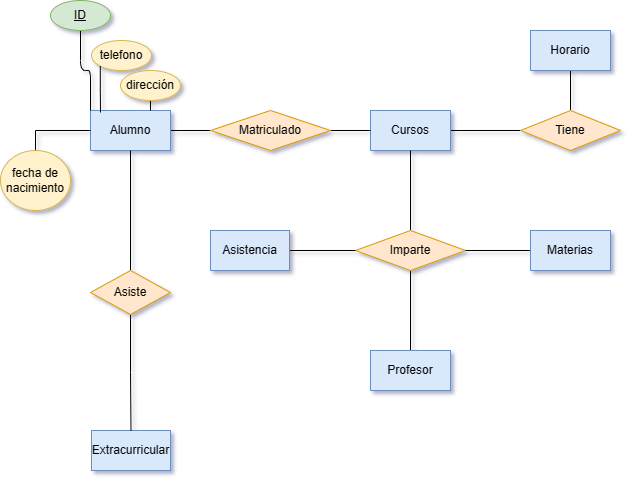
toninavhd/Base-datos keeps this draw.io diagram as Unidad-1/Tareas/Tarea_evaluable1/tareaentregable.drawio.png. Above is the earlier version. Source tidied: cells renumbered, new cells last; positions are measured from the earlier drawing's top-left corner, leaving out a move shared by most shapes.
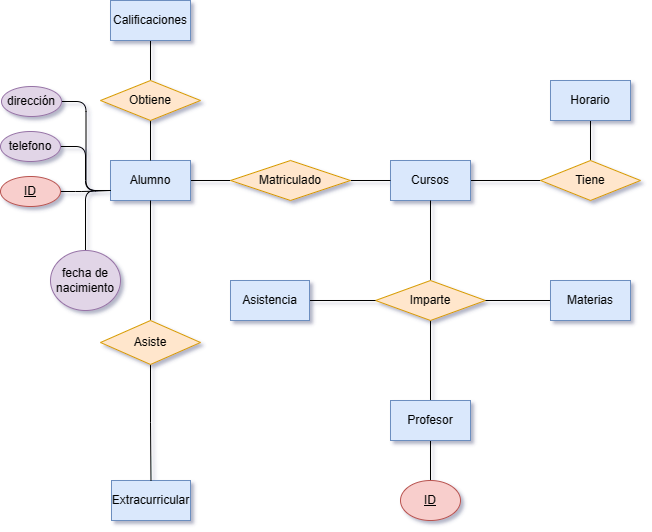
The same diagram one commit later.

Diff of the diagram source:
```diff
@@ -23,6 +23,9 @@
     <mxCell id="8" style="edgeStyle=orthogonalEdgeStyle;rounded=0;jettySize=auto;html=1;exitX=0.5;exitY=0;exitDx=0;exitDy=0;entryX=0.5;entryY=1;entryDx=0;entryDy=0;endArrow=none;endFill=0;" parent="1" edge="1" source="9" target="11">
       <mxGeometry relative="1" as="geometry" />
     </mxCell>
+    <mxCell id="31" style="edgeStyle=orthogonalEdgeStyle;rounded=0;jettySize=auto;html=1;exitX=0.5;exitY=1;exitDx=0;exitDy=0;entryX=0.5;entryY=0;entryDx=0;entryDy=0;endArrow=none;endFill=0;" parent="1" edge="1" source="9" target="33">
+      <mxGeometry relative="1" as="geometry" />
+    </mxCell>
     <mxCell id="9" value="Profesor" style="whiteSpace=wrap;html=1;fillColor=#dae8fc;strokeColor=#6c8ebf;" parent="1" vertex="1">
       <mxGeometry x="370" y="350" width="80" height="40" as="geometry" />
     </mxCell>
@@ -38,23 +41,25 @@
     <mxCell id="13" value="Materias" style="whiteSpace=wrap;html=1;fillColor=#dae8fc;strokeColor=#6c8ebf;" parent="1" vertex="1">
       <mxGeometry x="530" y="230" width="80" height="40" as="geometry" />
     </mxCell>
-    <mxCell id="14" style="edgeStyle=orthogonalEdgeStyle;rounded=1;jettySize=auto;html=1;exitX=0.5;exitY=1;exitDx=0;exitDy=0;entryX=0;entryY=0;entryDx=0;entryDy=0;endArrow=none;endFill=0;" parent="1" edge="1" source="15" target="3">
-      <mxGeometry relative="1" as="geometry" />
-    </mxCell>
+    <mxCell id="32" style="edgeStyle=orthogonalEdgeStyle;rounded=1;jettySize=auto;html=1;exitX=1;exitY=0.5;exitDx=0;exitDy=0;endArrow=none;endFill=0;" parent="1" edge="1" source="15">
+      <mxGeometry relative="1" as="geometry">
+        <mxPoint x="90" y="140" as="targetPoint" />
+      </mxGeometry>
+    </mxCell>
-    <mxCell id="15" value="&lt;u&gt;ID&lt;/u&gt;" style="ellipse;whiteSpace=wrap;html=1;fillColor=#d5e8d4;strokeColor=#82b366;" parent="1" vertex="1">
-      <mxGeometry x="50" width="60" height="30" as="geometry" />
+    <mxCell id="15" value="&lt;u&gt;ID&lt;/u&gt;" style="ellipse;whiteSpace=wrap;html=1;fillColor=#f8cecc;strokeColor=#b85450;" parent="1" vertex="1">
+      <mxGeometry x="-20" y="126" width="60" height="30" as="geometry" />
     </mxCell>
+    <mxCell id="17" style="edgeStyle=orthogonalEdgeStyle;rounded=1;jettySize=auto;html=1;exitX=1;exitY=0.5;exitDx=0;exitDy=0;entryX=0;entryY=0.75;entryDx=0;entryDy=0;endArrow=none;endFill=0;" parent="1" edge="1" source="16" target="3">
+      <mxGeometry relative="1" as="geometry" />
+    </mxCell>
-    <mxCell id="16" value="telefono" style="ellipse;whiteSpace=wrap;html=1;fillColor=#fff2cc;strokeColor=#d6b656;" parent="1" vertex="1">
-      <mxGeometry x="91" y="40" width="60" height="30" as="geometry" />
+    <mxCell id="16" value="telefono" style="ellipse;whiteSpace=wrap;html=1;fillColor=#e1d5e7;strokeColor=#9673a6;" parent="1" vertex="1">
+      <mxGeometry x="-20" y="81" width="60" height="30" as="geometry" />
     </mxCell>
-    <mxCell id="17" style="edgeStyle=orthogonalEdgeStyle;rounded=0;jettySize=auto;html=1;exitX=0;exitY=1;exitDx=0;exitDy=0;entryX=0.125;entryY=0.05;entryDx=0;entryDy=0;entryPerimeter=0;endArrow=none;endFill=0;" parent="1" edge="1" source="16" target="3">
-      <mxGeometry relative="1" as="geometry" />
-    </mxCell>
-    <mxCell id="18" style="edgeStyle=orthogonalEdgeStyle;rounded=1;jettySize=auto;html=1;exitX=0.5;exitY=1;exitDx=0;exitDy=0;entryX=0.75;entryY=0;entryDx=0;entryDy=0;endArrow=none;endFill=0;" parent="1" edge="1" source="19" target="3">
+    <mxCell id="18" style="edgeStyle=orthogonalEdgeStyle;rounded=1;jettySize=auto;html=1;exitX=1;exitY=0.5;exitDx=0;exitDy=0;entryX=0;entryY=0.75;entryDx=0;entryDy=0;endArrow=none;endFill=0;" parent="1" edge="1" source="19" target="3">
       <mxGeometry relative="1" as="geometry" />
     </mxCell>
-    <mxCell id="19" value="dirección" style="ellipse;whiteSpace=wrap;html=1;fillColor=#fff2cc;strokeColor=#d6b656;" parent="1" vertex="1">
-      <mxGeometry x="120" y="70" width="60" height="30" as="geometry" />
+    <mxCell id="19" value="dirección" style="ellipse;whiteSpace=wrap;html=1;fillColor=#e1d5e7;strokeColor=#9673a6;" parent="1" vertex="1">
+      <mxGeometry x="-19" y="36" width="60" height="30" as="geometry" />
     </mxCell>
     <mxCell id="20" style="edgeStyle=orthogonalEdgeStyle;rounded=0;jettySize=auto;html=1;exitX=0.5;exitY=1;exitDx=0;exitDy=0;entryX=0.5;entryY=0;entryDx=0;entryDy=0;endArrow=none;endFill=0;" parent="1" edge="1" source="21" target="22">
       <mxGeometry relative="1" as="geometry" />
@@ -81,13 +86,28 @@
       <mxGeometry relative="1" as="geometry" />
     </mxCell>
     <mxCell id="28" value="Asiste" style="rhombus;whiteSpace=wrap;html=1;fillColor=#ffe6cc;strokeColor=#d79b00;" parent="1" vertex="1">
-      <mxGeometry x="90" y="270" width="80" height="44" as="geometry" />
+      <mxGeometry x="80" y="270" width="100" height="44" as="geometry" />
     </mxCell>
-    <mxCell id="29" style="edgeStyle=orthogonalEdgeStyle;rounded=0;jettySize=auto;html=1;exitX=0.5;exitY=0;exitDx=0;exitDy=0;entryX=0;entryY=0.5;entryDx=0;entryDy=0;endArrow=none;endFill=0;" parent="1" edge="1" source="30" target="3">
+    <mxCell id="29" style="edgeStyle=orthogonalEdgeStyle;jettySize=auto;html=1;exitX=0.5;exitY=0;exitDx=0;exitDy=0;entryX=0;entryY=0.75;entryDx=0;entryDy=0;endArrow=none;endFill=0;rounded=1;" parent="1" edge="1" source="30" target="3">
       <mxGeometry relative="1" as="geometry" />
     </mxCell>
-    <mxCell id="30" value="fecha de nacimiento" style="ellipse;whiteSpace=wrap;html=1;fillColor=#fff2cc;strokeColor=#d6b656;" parent="1" vertex="1">
-      <mxGeometry y="150" width="70" height="60" as="geometry" />
+    <mxCell id="30" value="fecha de nacimiento" style="ellipse;whiteSpace=wrap;html=1;fillColor=#e1d5e7;strokeColor=#9673a6;" parent="1" vertex="1">
+      <mxGeometry x="30" y="200" width="70" height="60" as="geometry" />
     </mxCell>
+    <mxCell id="33" value="&lt;u&gt;ID&lt;/u&gt;" style="ellipse;whiteSpace=wrap;html=1;fillColor=#f8cecc;strokeColor=#b85450;" parent="1" vertex="1">
+      <mxGeometry x="380" y="430" width="60" height="40" as="geometry" />
+    </mxCell>
+    <mxCell id="34" style="edgeStyle=orthogonalEdgeStyle;rounded=0;jettySize=auto;html=1;exitX=0.5;exitY=1;exitDx=0;exitDy=0;entryX=0.5;entryY=0;entryDx=0;entryDy=0;endArrow=none;endFill=0;" parent="1" edge="1" source="35" target="37">
+      <mxGeometry relative="1" as="geometry" />
+    </mxCell>
+    <mxCell id="35" value="Calificaciones" style="whiteSpace=wrap;html=1;fillColor=#dae8fc;strokeColor=#6c8ebf;" parent="1" vertex="1">
+      <mxGeometry x="90" y="-50" width="80" height="40" as="geometry" />
+    </mxCell>
+    <mxCell id="36" style="edgeStyle=orthogonalEdgeStyle;rounded=0;jettySize=auto;html=1;exitX=0.5;exitY=1;exitDx=0;exitDy=0;entryX=0.5;entryY=0;entryDx=0;entryDy=0;endArrow=none;endFill=0;" parent="1" edge="1" source="37" target="3">
+      <mxGeometry relative="1" as="geometry" />
+    </mxCell>
+    <mxCell id="37" value="Obtiene" style="rhombus;whiteSpace=wrap;html=1;fillColor=#ffe6cc;strokeColor=#d79b00;" parent="1" vertex="1">
+      <mxGeometry x="80" y="30" width="100" height="40" as="geometry" />
+    </mxCell>
   </root>
 </mxGraphModel>
```
